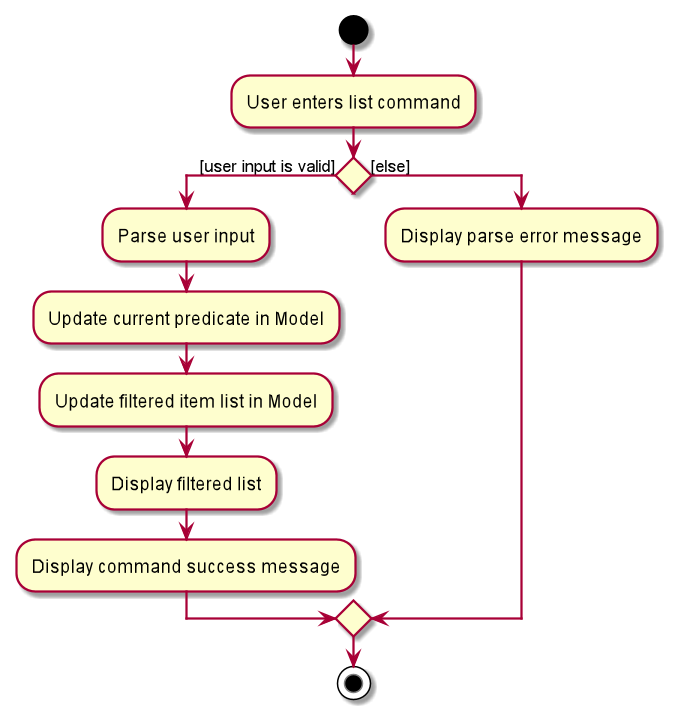
Above: docs/images/ListActivityDiagram.png in nus-cs2103-AY2021S2/tp (PlantUML), before the change.
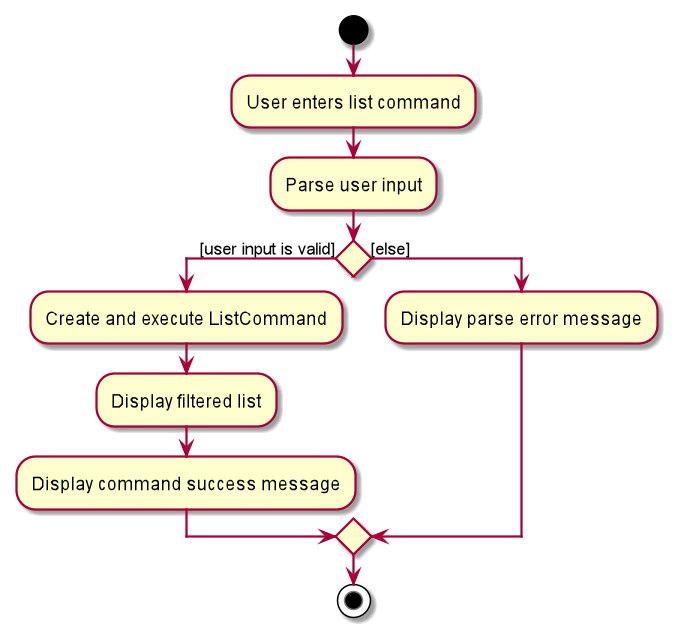
Later version of the same file.

Commit message:
Modify Find and List activity diagrams

The edit, as a diff of the source:
```diff
@@ -2,11 +2,9 @@
 start
 :User enters list command;
 
-
+:Parse user input;
 if () then ([user input is valid])
-    :Parse user input;
-    :Update current predicate in Model;
-    :Update filtered item list in Model;
+    :Create and execute ListCommand;
     :Display filtered list;
     :Display command success message;
 else ([else])
```
